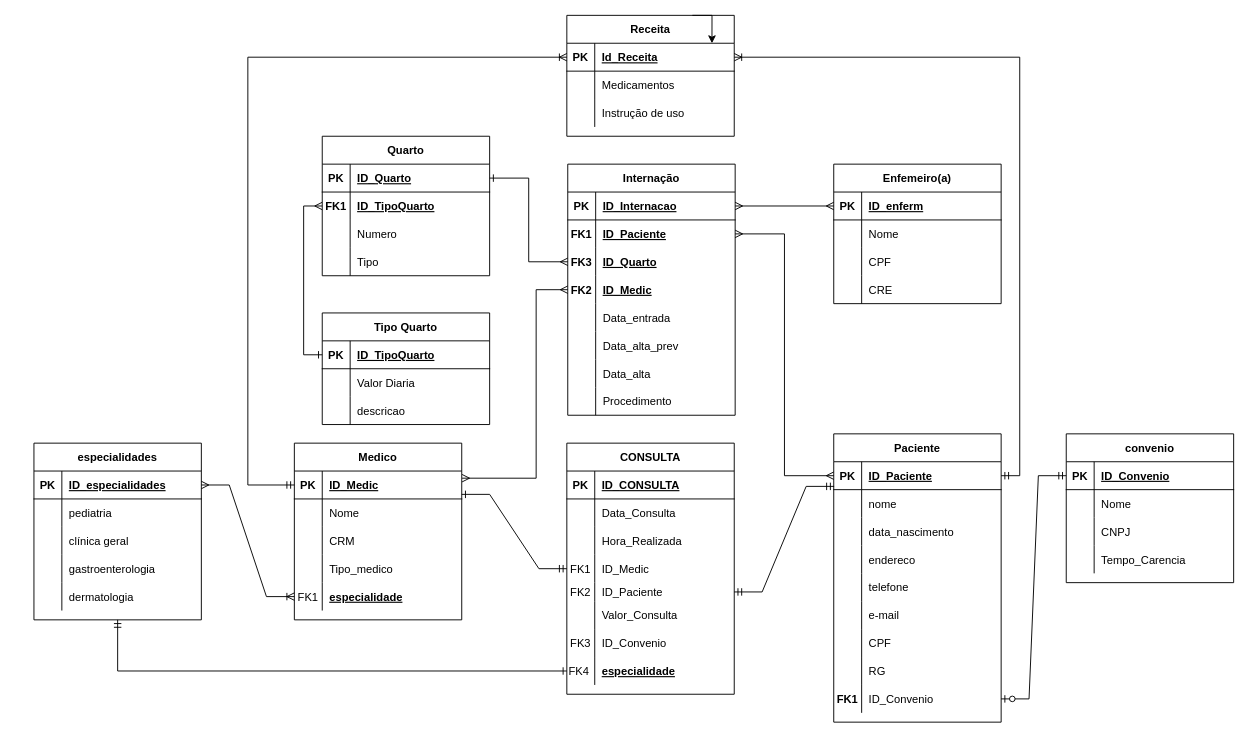
Before: hospital diagram/Diagrama sem nome.drawio in MayconSubrim/HospitalDataBase, a draw.io diagram. Source tidied: cells renumbered, new cells numbered last; positions are measured from the earlier drawing's top-left corner, leaving out a move shared by most shapes. Both pictures are drawn from the tidied source at 93%, with x=0, y=0 at pixel (33, 15).
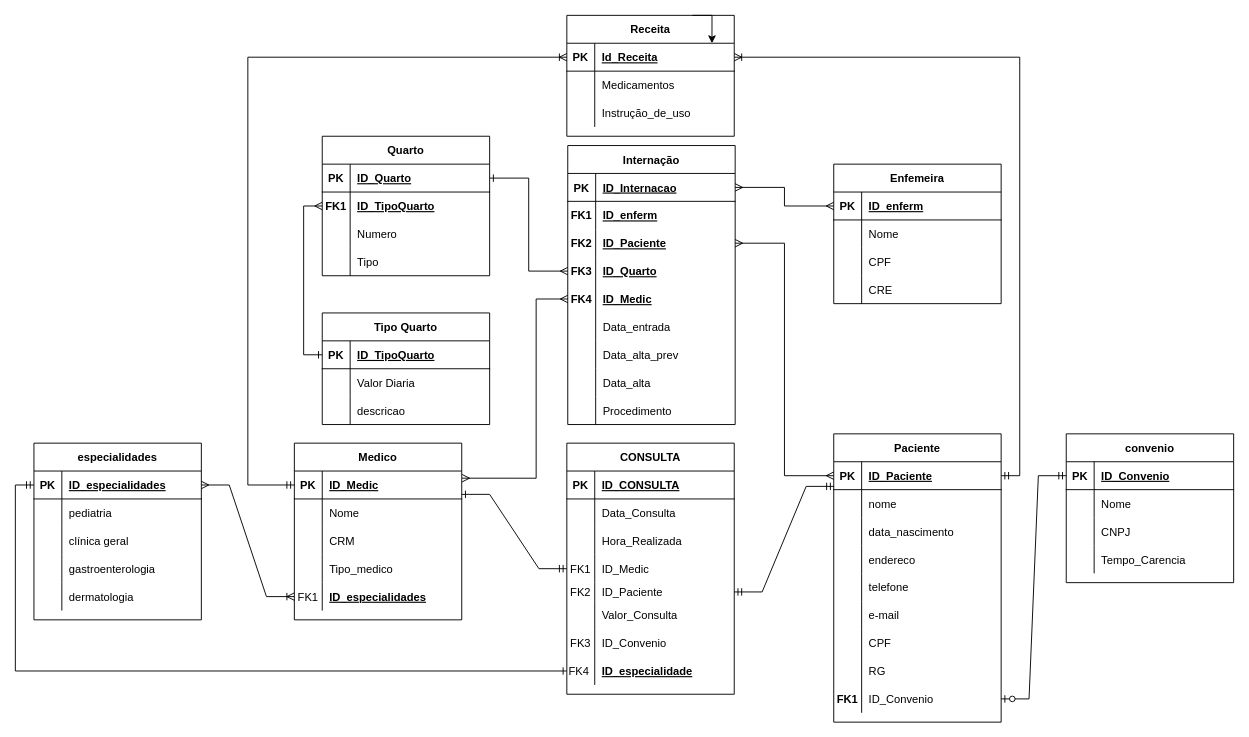
After the change.

The change refers to these unchanged cells:
```xml
<mxCell id="24" style="shape=tableRow;horizontal=0;startSize=0;swimlaneHead=0;swimlaneBody=0;fillColor=none;points=[[0,0.5],[1,0.5]];portConstraint=eastwest;top=0;left=0;right=0;bottom=0;fontColor=#000000;" parent="2" vertex="1">
  <mxGeometry y="230" width="180" height="30" as="geometry" />
</mxCell>
<mxCell id="69" style="shape=tableRow;horizontal=0;startSize=0;swimlaneHead=0;swimlaneBody=0;fillColor=none;points=[[0,0.5],[1,0.5]];portConstraint=eastwest;top=0;left=0;right=0;bottom=1;fontColor=#000000;" parent="68" vertex="1">
  <mxGeometry y="30" width="180" height="30" as="geometry" />
</mxCell>
<mxCell id="81" style="shape=tableRow;horizontal=0;startSize=0;swimlaneHead=0;swimlaneBody=0;fillColor=none;points=[[0,0.5],[1,0.5]];portConstraint=eastwest;top=0;left=0;right=0;bottom=0;fontColor=#000000;" parent="68" vertex="1">
  <mxGeometry y="150" width="180" height="30" as="geometry" />
</mxCell>
<mxCell id="84" value="especialidades" style="shape=table;startSize=30;childLayout=tableLayout;rowLines=0;fontStyle=1;align=center;fontColor=#000000;" parent="1" vertex="1">
  <mxGeometry y="460" width="180" height="190" as="geometry" />
</mxCell>
<mxCell id="85" style="shape=tableRow;horizontal=0;startSize=0;swimlaneHead=0;swimlaneBody=0;fillColor=none;points=[[0,0.5],[1,0.5]];portConstraint=eastwest;top=0;left=0;right=0;bottom=1;fontColor=#000000;" parent="84" vertex="1">
  <mxGeometry y="30" width="180" height="30" as="geometry" />
</mxCell>
<mxCell id="88" style="shape=tableRow;horizontal=0;startSize=0;swimlaneHead=0;swimlaneBody=0;fillColor=none;top=0;left=0;right=0;bottom=0;fontColor=#000000;" parent="84" vertex="1">
  <mxGeometry y="60" width="180" height="30" as="geometry" />
</mxCell>
<mxCell id="111" style="shape=tableRow;horizontal=0;startSize=0;swimlaneHead=0;swimlaneBody=0;fillColor=none;top=0;left=0;right=0;bottom=0;fontColor=#000000;" parent="104" vertex="1">
  <mxGeometry y="90" width="180" height="30" as="geometry" />
</mxCell>
```

Diff of the diagram source:
```diff
@@
-    <mxCell id="26" value="especialidade" style="shape=partialRectangle;fillColor=none;top=0;left=0;bottom=0;right=0;align=left;spacingLeft=6;overflow=hidden;fontColor=#000000;fontStyle=5;" parent="24" vertex="1">
+    <mxCell id="26" value="ID_especialidade" style="shape=partialRectangle;fillColor=none;top=0;left=0;bottom=0;right=0;align=left;spacingLeft=6;overflow=hidden;fontColor=#000000;fontStyle=5;" parent="24" vertex="1">
       <mxGeometry x="30" width="150" height="30" as="geometry" />
     </mxCell>
@@
-    <mxCell id="83" value="especialidade" style="shape=partialRectangle;fillColor=none;top=0;left=0;bottom=0;right=0;align=left;spacingLeft=6;overflow=hidden;fontColor=#000000;fontStyle=5;" parent="81" vertex="1">
+    <mxCell id="83" value="ID_especialidades" style="shape=partialRectangle;fillColor=none;top=0;left=0;bottom=0;right=0;align=left;spacingLeft=6;overflow=hidden;fontColor=#000000;fontStyle=5;" parent="81" vertex="1">
       <mxGeometry x="30" width="150" height="30" as="geometry" />
     </mxCell>
@@
-    <mxCell id="90" value="pediatria" style="shape=partialRectangle;fillColor=none;top=0;left=0;bottom=0;right=0;align=left;spacingLeft=6;overflow=hidden;fontColor=#000000;" parent="88" vertex="1">
+    <mxCell id="90" value="pediatria " style="shape=partialRectangle;fillColor=none;top=0;left=0;bottom=0;right=0;align=left;spacingLeft=6;overflow=hidden;fontColor=#000000;" parent="88" vertex="1">
       <mxGeometry x="30" width="150" height="30" as="geometry" />
     </mxCell>
@@
-    <mxCell id="113" value="Instrução de uso" style="shape=partialRectangle;fillColor=none;top=0;left=0;bottom=0;right=0;align=left;spacingLeft=6;overflow=hidden;fontColor=#000000;" parent="111" vertex="1">
+    <mxCell id="113" value="Instrução_de_uso" style="shape=partialRectangle;fillColor=none;top=0;left=0;bottom=0;right=0;align=left;spacingLeft=6;overflow=hidden;fontColor=#000000;" parent="111" vertex="1">
       <mxGeometry x="30" width="150" height="30" as="geometry" />
     </mxCell>
@@
-    <mxCell id="117" style="edgeStyle=orthogonalEdgeStyle;rounded=0;jettySize=auto;html=1;exitX=0;exitY=0.5;exitDx=0;exitDy=0;entryX=0.5;entryY=1;entryDx=0;entryDy=0;startArrow=ERone;startFill=0;endArrow=ERmandOne;endFill=0;" parent="1" edge="1" source="24" target="84">
+    <mxCell id="117" style="edgeStyle=orthogonalEdgeStyle;rounded=0;jettySize=auto;html=1;exitX=0;exitY=0.5;exitDx=0;exitDy=0;entryX=0;entryY=0.5;entryDx=0;entryDy=0;startArrow=ERone;startFill=0;endArrow=ERmandOne;endFill=0;" parent="1" edge="1" source="24" target="85">
       <mxGeometry relative="1" as="geometry" />
     </mxCell>
     <mxCell id="118" value="Internação" style="shape=table;startSize=30;childLayout=tableLayout;rowLines=0;fontStyle=1;align=center;" parent="1" vertex="1">
-      <mxGeometry x="574" y="160" width="180" height="270" as="geometry" />
+      <mxGeometry x="574" y="140" width="180" height="300" as="geometry" />
     </mxCell>
@@
+    <mxCell id="184" style="shape=tableRow;horizontal=0;startSize=0;swimlaneHead=0;swimlaneBody=0;fillColor=none;top=0;left=0;right=0;bottom=0;" parent="118" vertex="1">
+      <mxGeometry y="60" width="180" height="30" as="geometry" />
+    </mxCell>
+    <mxCell id="185" value="FK1" style="shape=partialRectangle;fillColor=none;top=0;left=0;bottom=0;right=0;overflow=hidden;fontStyle=1;" parent="184" vertex="1">
+      <mxGeometry width="30" height="30" as="geometry" />
+    </mxCell>
+    <mxCell id="186" value="ID_enferm" style="shape=partialRectangle;fillColor=none;top=0;left=0;bottom=0;right=0;align=left;spacingLeft=6;overflow=hidden;fontStyle=5;" parent="184" vertex="1">
+      <mxGeometry x="30" width="150" height="30" as="geometry" />
+    </mxCell>
     <mxCell id="122" style="shape=tableRow;horizontal=0;startSize=0;swimlaneHead=0;swimlaneBody=0;fillColor=none;points=[[0,0.5],[1,0.5]];portConstraint=eastwest;top=0;left=0;right=0;bottom=0;" parent="118" vertex="1">
-      <mxGeometry y="60" width="180" height="30" as="geometry" />
+      <mxGeometry y="90" width="180" height="30" as="geometry" />
     </mxCell>
-    <mxCell id="123" value="FK1" style="shape=partialRectangle;fillColor=none;top=0;left=0;bottom=0;right=0;overflow=hidden;fontStyle=1;" parent="122" vertex="1">
+    <mxCell id="123" value="FK2" style="shape=partialRectangle;fillColor=none;top=0;left=0;bottom=0;right=0;overflow=hidden;fontStyle=1;" parent="122" vertex="1">
       <mxGeometry width="30" height="30" as="geometry" />
     </mxCell>
@@
     <mxCell id="125" style="shape=tableRow;horizontal=0;startSize=0;swimlaneHead=0;swimlaneBody=0;fillColor=none;points=[[0,0.5],[1,0.5]];portConstraint=eastwest;top=0;left=0;right=0;bottom=0;" parent="118" vertex="1">
-      <mxGeometry y="90" width="180" height="30" as="geometry" />
+      <mxGeometry y="120" width="180" height="30" as="geometry" />
     </mxCell>
@@
     <mxCell id="128" style="shape=tableRow;horizontal=0;startSize=0;swimlaneHead=0;swimlaneBody=0;fillColor=none;points=[[0,0.5],[1,0.5]];portConstraint=eastwest;top=0;left=0;right=0;bottom=0;" parent="118" vertex="1">
-      <mxGeometry y="120" width="180" height="30" as="geometry" />
+      <mxGeometry y="150" width="180" height="30" as="geometry" />
     </mxCell>
-    <mxCell id="129" value="FK2" style="shape=partialRectangle;fillColor=none;top=0;left=0;bottom=0;right=0;overflow=hidden;fontStyle=1;" parent="128" vertex="1">
+    <mxCell id="129" value="FK4" style="shape=partialRectangle;fillColor=none;top=0;left=0;bottom=0;right=0;overflow=hidden;fontStyle=1;" parent="128" vertex="1">
       <mxGeometry width="30" height="30" as="geometry" />
     </mxCell>
@@
     <mxCell id="131" style="shape=tableRow;horizontal=0;startSize=0;swimlaneHead=0;swimlaneBody=0;fillColor=none;top=0;left=0;right=0;bottom=0;" parent="118" vertex="1">
-      <mxGeometry y="150" width="180" height="30" as="geometry" />
+      <mxGeometry y="180" width="180" height="30" as="geometry" />
     </mxCell>
@@
     <mxCell id="134" style="shape=tableRow;horizontal=0;startSize=0;swimlaneHead=0;swimlaneBody=0;fillColor=none;top=0;left=0;right=0;bottom=0;" parent="118" vertex="1">
-      <mxGeometry y="180" width="180" height="30" as="geometry" />
+      <mxGeometry y="210" width="180" height="30" as="geometry" />
     </mxCell>
@@
     <mxCell id="137" style="shape=tableRow;horizontal=0;startSize=0;swimlaneHead=0;swimlaneBody=0;fillColor=none;top=0;left=0;right=0;bottom=0;" parent="118" vertex="1">
-      <mxGeometry y="210" width="180" height="30" as="geometry" />
+      <mxGeometry y="240" width="180" height="30" as="geometry" />
     </mxCell>
@@
     <mxCell id="140" style="shape=tableRow;horizontal=0;startSize=0;swimlaneHead=0;swimlaneBody=0;fillColor=none;top=0;left=0;right=0;bottom=0;" parent="118" vertex="1">
-      <mxGeometry y="240" width="180" height="30" as="geometry" />
+      <mxGeometry y="270" width="180" height="30" as="geometry" />
     </mxCell>
@@
-    <mxCell id="143" value="Enfemeiro(a)" style="shape=table;startSize=30;childLayout=tableLayout;rowLines=0;fontStyle=1;align=center;" parent="1" vertex="1">
+    <mxCell id="143" value="Enfemeira" style="shape=table;startSize=30;childLayout=tableLayout;rowLines=0;fontStyle=1;align=center;" parent="1" vertex="1">
       <mxGeometry x="860" y="160" width="180" height="150" as="geometry" />
     </mxCell>
@@
     <mxCell id="181" style="edgeStyle=orthogonalEdgeStyle;rounded=0;jettySize=auto;html=1;exitX=0;exitY=0.5;exitDx=0;exitDy=0;entryX=1.002;entryY=0.256;entryDx=0;entryDy=0;startArrow=ERmany;startFill=0;endArrow=ERmany;endFill=0;entryPerimeter=0;" parent="1" edge="1" source="128" target="69">
       <mxGeometry relative="1" as="geometry">
         <Array as="points">
-          <mxPoint x="540" y="295" />
+          <mxPoint x="540" y="305" />
           <mxPoint x="540" y="498" />
         </Array>
       </mxGeometry>
     </mxCell>
```
